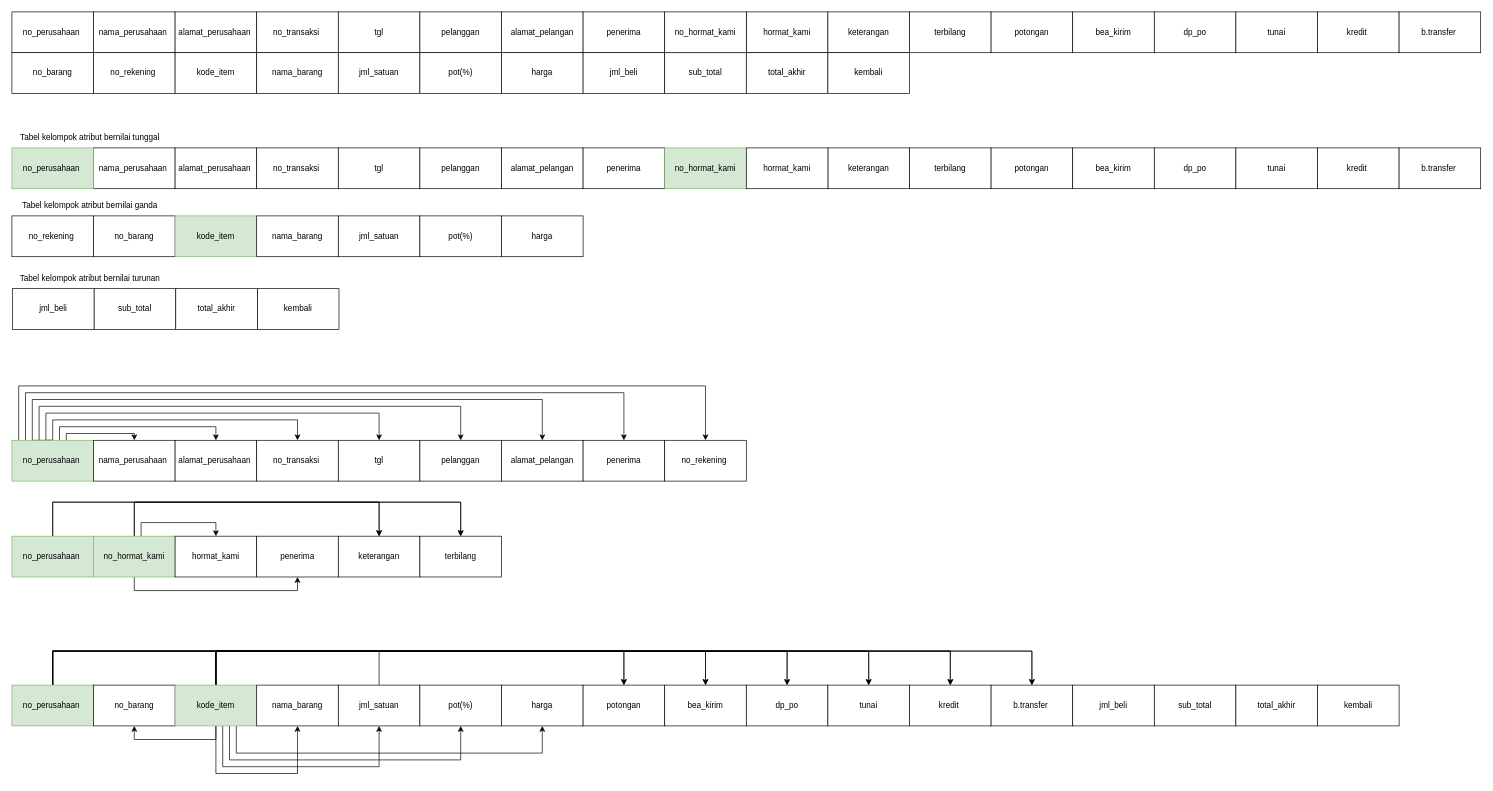
This is normalisasi_table.drawio from ARK142/aaa, a draw.io file, before an edit. Source tidied: cells renumbered, new cells numbered last; positions are measured from the earlier drawing's top-left corner, leaving out a move shared by most shapes. Both pictures are drawn from the tidied source at 68%, with x=0, y=0 at pixel (12, 12).
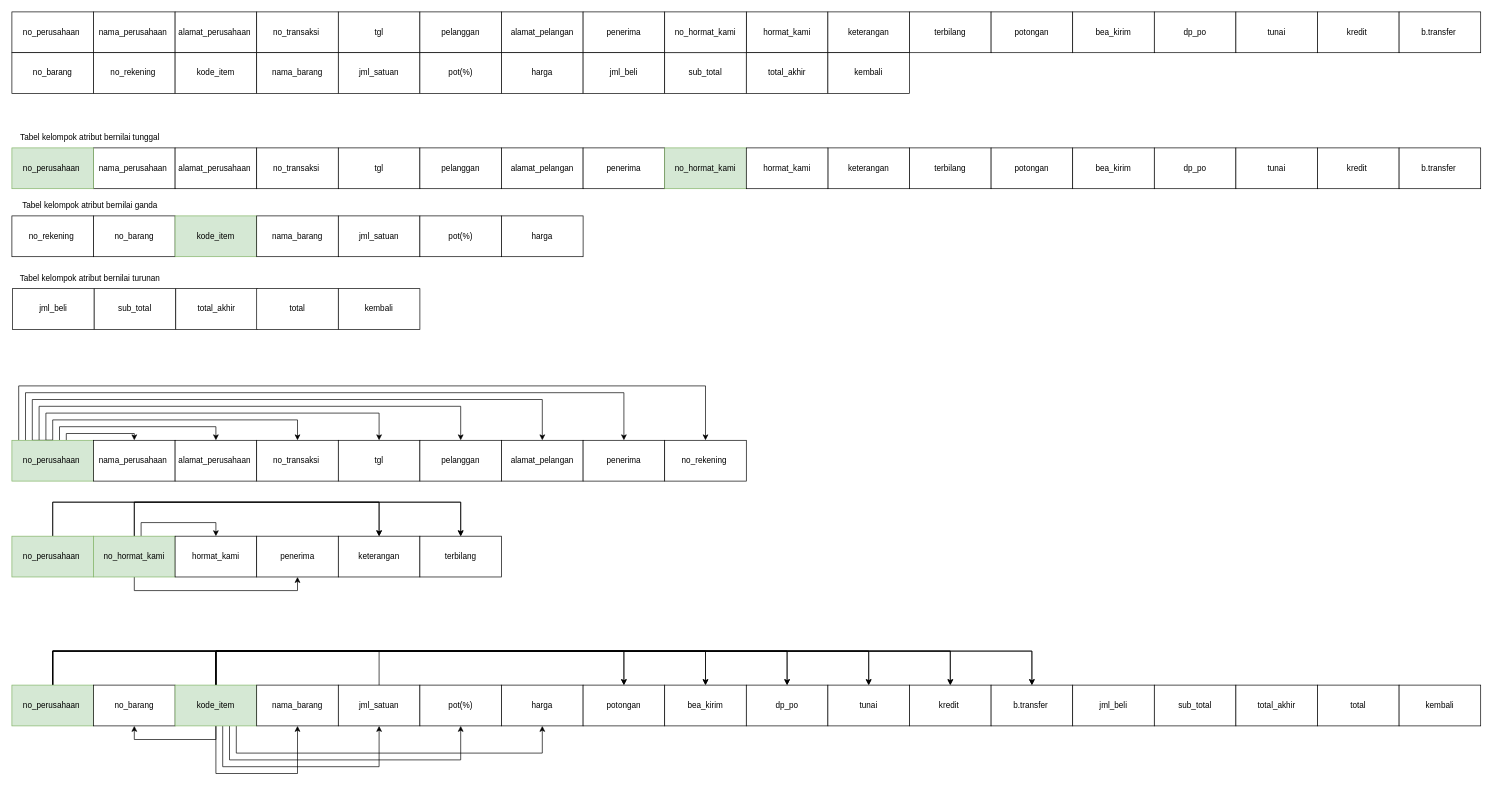
The same page after the edit.

What changed in the source:
```diff
@@
-    <mxCell id="57" value="kembali" style="rounded=0;whiteSpace=wrap;html=1;" parent="1" vertex="1">
-      <mxGeometry x="361" y="407" width="120" height="60" as="geometry" />
-    </mxCell>
@@
-    <mxCell id="128" value="kembali" style="rounded=0;whiteSpace=wrap;html=1;" parent="1" vertex="1">
+    <mxCell id="128" value="total" style="rounded=0;whiteSpace=wrap;html=1;" parent="1" vertex="1">
       <mxGeometry x="1920" y="990" width="120" height="60" as="geometry" />
     </mxCell>
+    <mxCell id="129" value="total" style="rounded=0;whiteSpace=wrap;html=1;" parent="1" vertex="1">
+      <mxGeometry x="360" y="407" width="120" height="60" as="geometry" />
+    </mxCell>
+    <mxCell id="130" value="kembali" style="rounded=0;whiteSpace=wrap;html=1;" parent="1" vertex="1">
+      <mxGeometry x="480" y="407" width="120" height="60" as="geometry" />
+    </mxCell>
+    <mxCell id="131" value="kembali" style="rounded=0;whiteSpace=wrap;html=1;" parent="1" vertex="1">
+      <mxGeometry x="2040" y="990" width="120" height="60" as="geometry" />
+    </mxCell>
```
